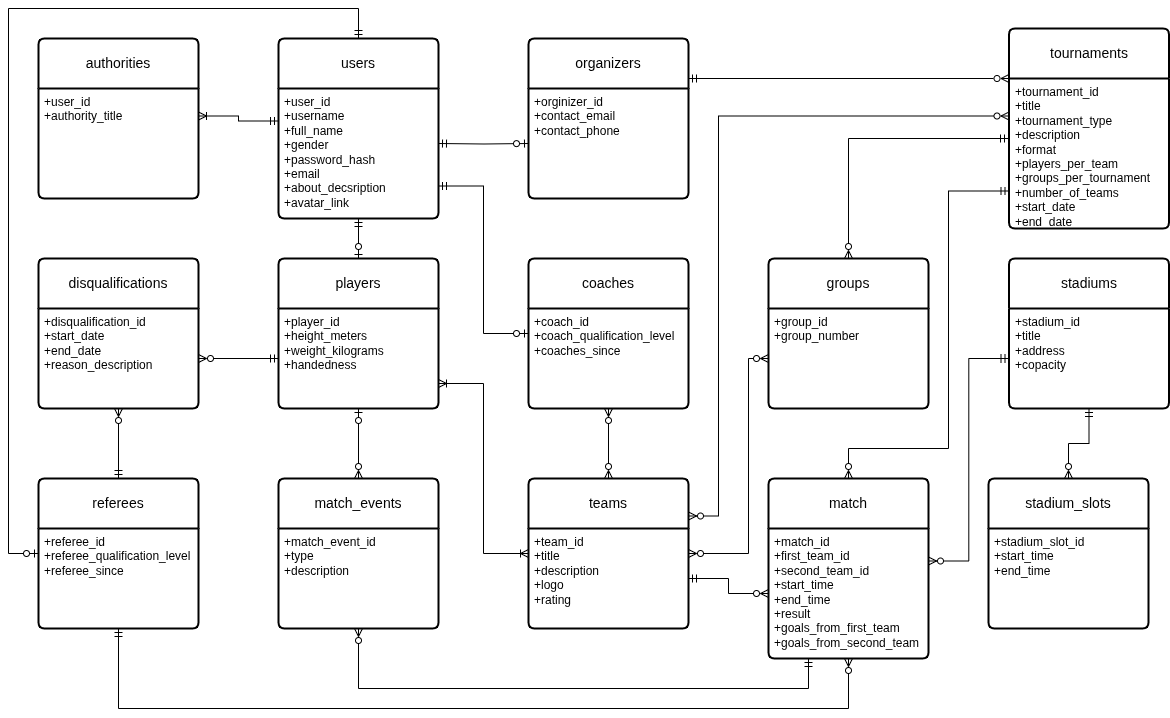
Earlier version of the draw.io export presentation/concept-model.png (vodobryshkin/is-course-work-0). Source tidied: cells renumbered, new cells last; positions are measured from the earlier drawing's top-left corner, leaving out a move shared by most shapes.
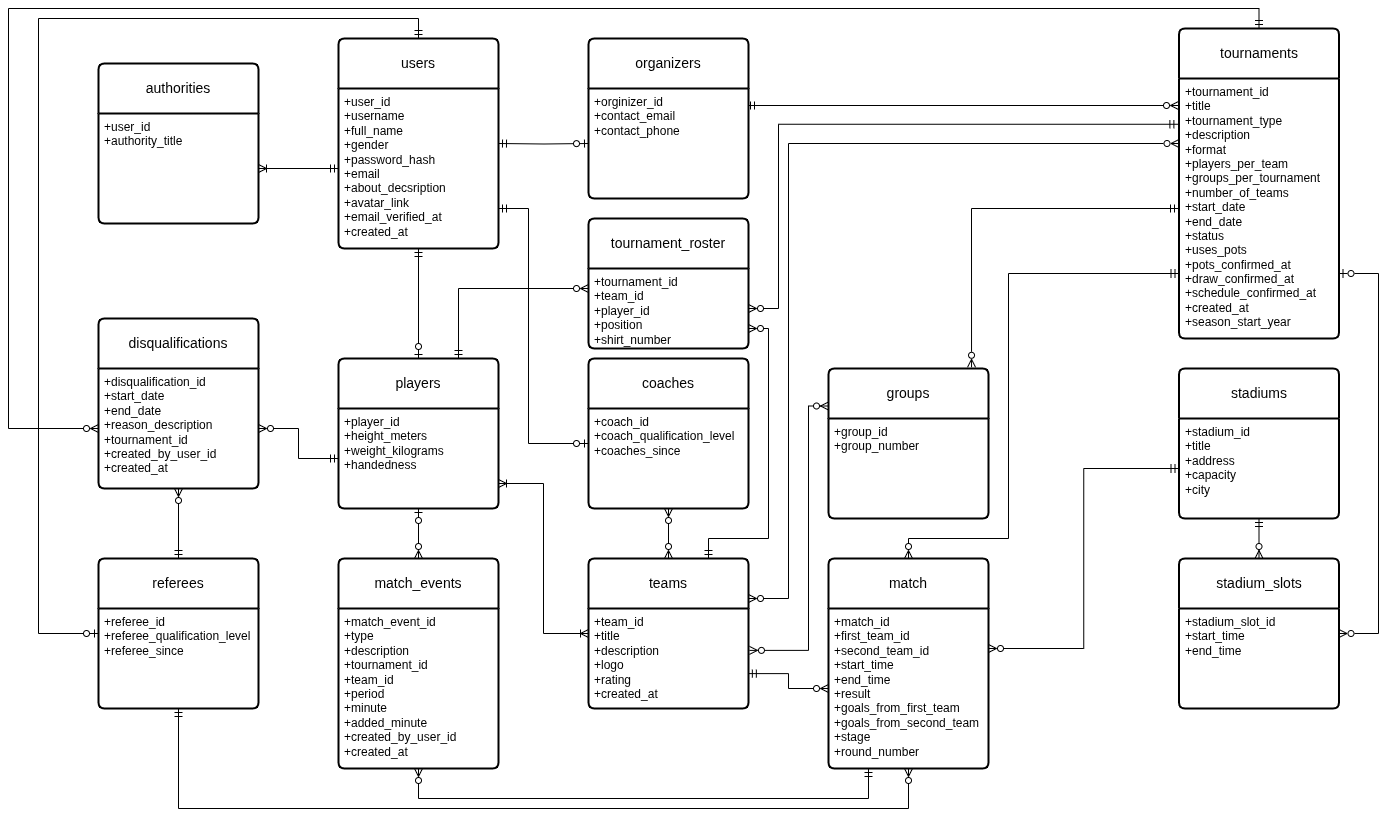
After the commit.

Commit message:
Обновил концептуальную модель: добавил новую сущность + обновил связи и добавил новые атрибуты в стержневые сущности

Change to the diagram source:
```diff
@@ -5,5 +5,5 @@
     <mxCell id="2" value="stadiums" style="swimlane;horizontal=1;startSize=50;rounded=1;fontSize=14;fontStyle=0;strokeWidth=2;shadow=0;dashed=0;align=center;arcSize=4;whiteSpace=wrap;html=1;" parent="1" vertex="1">
-      <mxGeometry x="1000.5" y="250" width="160" height="150" as="geometry" />
+      <mxGeometry x="1110.5" y="360" width="160" height="150" as="geometry" />
     </mxCell>
-    <mxCell id="3" value="+stadium_id&lt;br&gt;+title&lt;br&gt;+address&lt;br&gt;+copacity" style="align=left;strokeColor=none;fillColor=none;spacingLeft=4;fontSize=12;verticalAlign=top;html=1;" parent="2" vertex="1">
+    <mxCell id="3" value="+stadium_id&lt;br&gt;+title&lt;br&gt;+address&lt;br&gt;+capacity&lt;br&gt;+city" style="align=left;strokeColor=none;fillColor=none;spacingLeft=4;fontSize=12;verticalAlign=top;html=1;" parent="2" vertex="1">
       <mxGeometry y="50" width="160" height="100" as="geometry" />
@@ -13,5 +13,5 @@
         <Array as="points">
-          <mxPoint x="840" y="440" />
-          <mxPoint x="940" y="440" />
-          <mxPoint x="940" y="183" />
+          <mxPoint x="840" y="530" />
+          <mxPoint x="940" y="530" />
+          <mxPoint x="940" y="265" />
         </Array>
@@ -20,6 +20,6 @@
     <mxCell id="5" value="match" style="swimlane;horizontal=1;startSize=50;rounded=1;fontSize=14;fontStyle=0;strokeWidth=2;shadow=0;dashed=0;align=center;arcSize=4;whiteSpace=wrap;html=1;" parent="1" vertex="1">
-      <mxGeometry x="760" y="470" width="160" height="180" as="geometry" />
+      <mxGeometry x="760" y="550" width="160" height="210" as="geometry" />
     </mxCell>
-    <mxCell id="6" value="+match_id&lt;br&gt;+first_team_id&lt;br&gt;+second_team_id&lt;br&gt;+start_time&lt;br style=&quot;border-color: rgb(218, 220, 224);&quot;&gt;+end_time&lt;br&gt;+result&lt;br&gt;+goals_from_first_team&lt;br&gt;+goals_from_second_team" style="align=left;strokeColor=none;fillColor=none;spacingLeft=4;fontSize=12;verticalAlign=top;html=1;" parent="5" vertex="1">
-      <mxGeometry y="50" width="160" height="130" as="geometry" />
+    <mxCell id="6" value="&lt;div&gt;+match_id&lt;/div&gt;&lt;div&gt;+first_team_id&lt;/div&gt;&lt;div&gt;+second_team_id&lt;/div&gt;&lt;div&gt;+start_time&lt;/div&gt;&lt;div&gt;+end_time&lt;/div&gt;&lt;div&gt;+result&lt;/div&gt;&lt;div&gt;+goals_from_first_team&lt;/div&gt;&lt;div&gt;+goals_from_second_team&lt;/div&gt;&lt;div&gt;+stage&lt;/div&gt;&lt;div&gt;+round_number&lt;/div&gt;" style="align=left;strokeColor=none;fillColor=none;spacingLeft=4;fontSize=12;verticalAlign=top;html=1;" parent="5" vertex="1">
+      <mxGeometry y="50" width="160" height="160" as="geometry" />
     </mxCell>
@@ -29,3 +29,3 @@
     <mxCell id="8" value="stadium_slots" style="swimlane;horizontal=1;startSize=50;rounded=1;fontSize=14;fontStyle=0;strokeWidth=2;shadow=0;dashed=0;align=center;arcSize=4;whiteSpace=wrap;html=1;" parent="1" vertex="1">
-      <mxGeometry x="980" y="470" width="160" height="150" as="geometry" />
+      <mxGeometry x="1110.5" y="550" width="160" height="150" as="geometry" />
     </mxCell>
@@ -38,18 +38,18 @@
     <mxCell id="11" value="match_events" style="swimlane;horizontal=1;startSize=50;rounded=1;fontSize=14;fontStyle=0;strokeWidth=2;shadow=0;dashed=0;align=center;arcSize=4;whiteSpace=wrap;html=1;" parent="1" vertex="1">
-      <mxGeometry x="270" y="470" width="160" height="150" as="geometry" />
+      <mxGeometry x="270" y="550" width="160" height="210" as="geometry" />
     </mxCell>
-    <mxCell id="12" value="+match_event_id&lt;br&gt;+type&lt;br&gt;+description" style="align=left;strokeColor=none;fillColor=none;spacingLeft=4;fontSize=12;verticalAlign=top;html=1;" parent="11" vertex="1">
-      <mxGeometry y="50" width="160" height="100" as="geometry" />
+    <mxCell id="12" value="+match_event_id&lt;br&gt;+type&lt;br&gt;+description&lt;br&gt;+tournament_id&lt;br&gt;+team_id&lt;br&gt;+period&lt;br&gt;+minute&lt;br&gt;+added_minute&lt;br&gt;+created_by_user_id&lt;br&gt;+created_at&lt;br&gt;" style="align=left;strokeColor=none;fillColor=none;spacingLeft=4;fontSize=12;verticalAlign=top;html=1;" parent="11" vertex="1">
+      <mxGeometry y="50" width="160" height="160" as="geometry" />
     </mxCell>
     <mxCell id="13" value="tournaments" style="swimlane;horizontal=1;startSize=50;rounded=1;fontSize=14;fontStyle=0;strokeWidth=2;shadow=0;dashed=0;align=center;arcSize=4;whiteSpace=wrap;html=1;" parent="1" vertex="1">
-      <mxGeometry x="1000.5" y="20" width="160" height="200" as="geometry" />
+      <mxGeometry x="1110.5" y="20" width="160" height="310" as="geometry" />
     </mxCell>
-    <mxCell id="14" value="+tournament_id&lt;br&gt;+title&lt;br&gt;+tournament_type&lt;br&gt;+description&lt;br&gt;+format&lt;br&gt;+players_per_team&lt;br&gt;+groups_per_tournament&lt;br&gt;+number_of_teams&lt;br&gt;+start_date&lt;br&gt;+end_date" style="align=left;strokeColor=none;fillColor=none;spacingLeft=4;fontSize=12;verticalAlign=top;html=1;" parent="13" vertex="1">
-      <mxGeometry y="50" width="160" height="150" as="geometry" />
+    <mxCell id="14" value="+tournament_id&lt;br&gt;+title&lt;br&gt;+tournament_type&lt;br&gt;+description&lt;br&gt;+format&lt;br&gt;+players_per_team&lt;br&gt;+groups_per_tournament&lt;br&gt;+number_of_teams&lt;br&gt;+start_date&lt;br&gt;+end_date&lt;br&gt;+status&lt;br&gt;+uses_pots&lt;br&gt;+pots_confirmed_at&lt;br&gt;+draw_confirmed_at&lt;br&gt;+schedule_confirmed_at&lt;br&gt;+created_at&lt;br&gt;+season_start_year" style="align=left;strokeColor=none;fillColor=none;spacingLeft=4;fontSize=12;verticalAlign=top;html=1;" parent="13" vertex="1">
+      <mxGeometry y="50" width="160" height="260" as="geometry" />
     </mxCell>
-    <mxCell id="15" style="edgeStyle=orthogonalEdgeStyle;rounded=0;jettySize=auto;html=1;endArrow=ERmandOne;endFill=0;startArrow=ERzeroToMany;startFill=0;" parent="1" edge="1" source="16">
+    <mxCell id="15" style="edgeStyle=orthogonalEdgeStyle;rounded=0;jettySize=auto;html=1;endArrow=ERmandOne;endFill=0;startArrow=ERzeroToMany;startFill=0;exitX=0.894;exitY=-0.008;exitDx=0;exitDy=0;exitPerimeter=0;" parent="1" edge="1" source="16">
       <mxGeometry relative="1" as="geometry">
-        <mxPoint x="1000" y="130" as="targetPoint" />
+        <mxPoint x="1110" y="200" as="targetPoint" />
         <Array as="points">
-          <mxPoint x="840" y="130" />
+          <mxPoint x="903" y="200" />
         </Array>
@@ -58,3 +58,3 @@
     <mxCell id="16" value="groups" style="swimlane;horizontal=1;startSize=50;rounded=1;fontSize=14;fontStyle=0;strokeWidth=2;shadow=0;dashed=0;align=center;arcSize=4;whiteSpace=wrap;html=1;" parent="1" vertex="1">
-      <mxGeometry x="760" y="250" width="160" height="150" as="geometry" />
+      <mxGeometry x="760" y="360" width="160" height="150" as="geometry" />
     </mxCell>
@@ -64,6 +64,11 @@
     <mxCell id="18" style="edgeStyle=orthogonalEdgeStyle;rounded=0;jettySize=auto;html=1;entryX=1;entryY=0.75;entryDx=0;entryDy=0;endArrow=ERmandOne;endFill=0;startArrow=ERzeroToOne;startFill=0;" parent="1" edge="1" source="19" target="38">
-      <mxGeometry relative="1" as="geometry" />
+      <mxGeometry relative="1" as="geometry">
+        <Array as="points">
+          <mxPoint x="460" y="435" />
+          <mxPoint x="460" y="200" />
+        </Array>
+      </mxGeometry>
     </mxCell>
     <mxCell id="19" value="coaches" style="swimlane;horizontal=1;startSize=50;rounded=1;fontSize=14;fontStyle=0;strokeWidth=2;shadow=0;dashed=0;align=center;arcSize=4;whiteSpace=wrap;html=1;" parent="1" vertex="1">
-      <mxGeometry x="520" y="250" width="160" height="150" as="geometry" />
+      <mxGeometry x="520" y="350" width="160" height="150" as="geometry" />
     </mxCell>
@@ -78,5 +83,5 @@
         <Array as="points">
-          <mxPoint y="545" />
-          <mxPoint />
-          <mxPoint x="350" />
+          <mxPoint x="-30" y="625" />
+          <mxPoint x="-30" y="10" />
+          <mxPoint x="350" y="10" />
         </Array>
@@ -85,3 +90,3 @@
     <mxCell id="23" value="referees" style="swimlane;horizontal=1;startSize=50;rounded=1;fontSize=14;fontStyle=0;strokeWidth=2;shadow=0;dashed=0;align=center;arcSize=4;whiteSpace=wrap;html=1;" parent="1" vertex="1">
-      <mxGeometry x="30" y="470" width="160" height="150" as="geometry" />
+      <mxGeometry x="30" y="550" width="160" height="150" as="geometry" />
     </mxCell>
@@ -91,5 +96,5 @@
     <mxCell id="25" value="teams" style="swimlane;horizontal=1;startSize=50;rounded=1;fontSize=14;fontStyle=0;strokeWidth=2;shadow=0;dashed=0;align=center;arcSize=4;whiteSpace=wrap;html=1;" parent="1" vertex="1">
-      <mxGeometry x="520" y="470" width="160" height="150" as="geometry" />
+      <mxGeometry x="520" y="550" width="160" height="150" as="geometry" />
     </mxCell>
-    <mxCell id="26" value="+team_id&lt;br&gt;+title&lt;br&gt;+description&lt;br&gt;+logo&lt;br&gt;+rating" style="align=left;strokeColor=none;fillColor=none;spacingLeft=4;fontSize=12;verticalAlign=top;html=1;" parent="25" vertex="1">
+    <mxCell id="26" value="+team_id&lt;br&gt;+title&lt;br&gt;+description&lt;br&gt;+logo&lt;br&gt;+rating&lt;br&gt;+created_at" style="align=left;strokeColor=none;fillColor=none;spacingLeft=4;fontSize=12;verticalAlign=top;html=1;" parent="25" vertex="1">
       <mxGeometry y="50" width="160" height="100" as="geometry" />
@@ -99,4 +104,7 @@
     </mxCell>
+    <mxCell id="50" style="edgeStyle=orthogonalEdgeStyle;rounded=0;jettySize=auto;html=1;exitX=0.75;exitY=0;exitDx=0;exitDy=0;entryX=0;entryY=0.25;entryDx=0;entryDy=0;elbow=vertical;endArrow=ERzeroToMany;endFill=0;startArrow=ERmandOne;startFill=0;" parent="1" edge="1" source="28" target="52">
+      <mxGeometry relative="1" as="geometry" />
+    </mxCell>
     <mxCell id="28" value="players" style="swimlane;horizontal=1;startSize=50;rounded=1;fontSize=14;fontStyle=0;strokeWidth=2;shadow=0;dashed=0;align=center;arcSize=4;whiteSpace=wrap;html=1;" parent="1" vertex="1">
-      <mxGeometry x="270" y="250" width="160" height="150" as="geometry" />
+      <mxGeometry x="270" y="350" width="160" height="150" as="geometry" />
     </mxCell>
@@ -105,4 +113,10 @@
     </mxCell>
-    <mxCell id="30" style="edgeStyle=orthogonalEdgeStyle;rounded=0;jettySize=auto;html=1;entryX=0;entryY=0.25;entryDx=0;entryDy=0;exitX=1;exitY=0.25;exitDx=0;exitDy=0;startArrow=ERmandOne;startFill=0;endArrow=ERzeroToMany;endFill=0;" parent="1" edge="1" source="31" target="13">
-      <mxGeometry relative="1" as="geometry" />
+    <mxCell id="30" style="edgeStyle=orthogonalEdgeStyle;rounded=0;orthogonalLoop=1;jettySize=auto;html=1;startArrow=ERmandOne;startFill=0;endArrow=ERzeroToMany;endFill=0;" parent="1" edge="1">
+      <mxGeometry relative="1" as="geometry">
+        <mxPoint x="690" y="97" as="sourcePoint" />
+        <mxPoint x="1110" y="97" as="targetPoint" />
+        <Array as="points">
+          <mxPoint x="680" y="97" />
+        </Array>
+      </mxGeometry>
     </mxCell>
@@ -115,9 +129,9 @@
     <mxCell id="33" value="disqualifications" style="swimlane;horizontal=1;startSize=50;rounded=1;fontSize=14;fontStyle=0;strokeWidth=2;shadow=0;dashed=0;align=center;arcSize=4;whiteSpace=wrap;html=1;" parent="1" vertex="1">
-      <mxGeometry x="30" y="250" width="160" height="150" as="geometry" />
+      <mxGeometry x="30" y="310" width="160" height="170" as="geometry" />
     </mxCell>
-    <mxCell id="34" value="+disqualification_id&lt;br&gt;+start_date&lt;br&gt;+end_date&lt;br&gt;+reason_description" style="align=left;strokeColor=none;fillColor=none;spacingLeft=4;fontSize=12;verticalAlign=top;html=1;" parent="33" vertex="1">
-      <mxGeometry y="50" width="160" height="100" as="geometry" />
+    <mxCell id="34" value="+disqualification_id&lt;br&gt;+start_date&lt;br&gt;+end_date&lt;br&gt;+reason_description&lt;br&gt;+tournament_id&lt;br&gt;+created_by_user_id&lt;br&gt;+created_at" style="align=left;strokeColor=none;fillColor=none;spacingLeft=4;fontSize=12;verticalAlign=top;html=1;" parent="33" vertex="1">
+      <mxGeometry y="50" width="160" height="120" as="geometry" />
     </mxCell>
     <mxCell id="35" value="authorities" style="swimlane;horizontal=1;startSize=50;rounded=1;fontSize=14;fontStyle=0;strokeWidth=2;shadow=0;dashed=0;align=center;arcSize=4;whiteSpace=wrap;html=1;" parent="1" vertex="1">
-      <mxGeometry x="30" y="30" width="160" height="160" as="geometry" />
+      <mxGeometry x="30" y="55" width="160" height="160" as="geometry" />
     </mxCell>
@@ -127,6 +141,6 @@
     <mxCell id="37" value="users" style="swimlane;horizontal=1;startSize=50;rounded=1;fontSize=14;fontStyle=0;strokeWidth=2;shadow=0;dashed=0;align=center;arcSize=4;whiteSpace=wrap;html=1;" parent="1" vertex="1">
-      <mxGeometry x="270" y="30" width="160" height="180" as="geometry" />
+      <mxGeometry x="270" y="30" width="160" height="210" as="geometry" />
     </mxCell>
-    <mxCell id="38" value="+user_id&lt;br&gt;+username&lt;br&gt;+full_name&lt;br&gt;+gender&lt;br&gt;+password_hash&lt;br&gt;+email&lt;br&gt;+about_decsription&lt;br&gt;+avatar_link" style="align=left;strokeColor=none;fillColor=none;spacingLeft=4;fontSize=12;verticalAlign=top;html=1;" parent="37" vertex="1">
-      <mxGeometry y="50" width="160" height="130" as="geometry" />
+    <mxCell id="38" value="+user_id&lt;br&gt;+username&lt;br&gt;+full_name&lt;br&gt;+gender&lt;br&gt;+password_hash&lt;br&gt;+email&lt;br&gt;+about_decsription&lt;br&gt;+avatar_link&lt;br&gt;+email_verified_at&lt;br&gt;+created_at" style="align=left;strokeColor=none;fillColor=none;spacingLeft=4;fontSize=12;verticalAlign=top;html=1;" parent="37" vertex="1">
+      <mxGeometry y="50" width="160" height="160" as="geometry" />
     </mxCell>
@@ -138,4 +152,4 @@
         <Array as="points">
-          <mxPoint x="800" y="680" />
-          <mxPoint x="350" y="680" />
+          <mxPoint x="800" y="790" />
+          <mxPoint x="350" y="790" />
         </Array>
@@ -146,4 +160,4 @@
         <Array as="points">
-          <mxPoint x="840" y="700" />
-          <mxPoint x="110" y="700" />
+          <mxPoint x="840" y="800" />
+          <mxPoint x="110" y="800" />
         </Array>
@@ -151,10 +165,11 @@
     </mxCell>
-    <mxCell id="42" style="edgeStyle=orthogonalEdgeStyle;rounded=0;jettySize=auto;html=1;entryX=1;entryY=0.5;entryDx=0;entryDy=0;startArrow=ERzeroToMany;startFill=0;endArrow=ERmandOne;endFill=0;" parent="1" edge="1" source="6" target="26">
+    <mxCell id="42" style="edgeStyle=orthogonalEdgeStyle;rounded=0;jettySize=auto;html=1;entryX=0.999;entryY=0.651;entryDx=0;entryDy=0;startArrow=ERzeroToMany;startFill=0;endArrow=ERmandOne;endFill=0;entryPerimeter=0;" parent="1" edge="1" source="6" target="26">
       <mxGeometry relative="1" as="geometry" />
     </mxCell>
-    <mxCell id="43" style="edgeStyle=orthogonalEdgeStyle;rounded=0;jettySize=auto;html=1;entryX=1;entryY=0.25;entryDx=0;entryDy=0;startArrow=ERzeroToMany;startFill=0;endArrow=ERzeroToMany;endFill=0;exitX=0;exitY=0.25;exitDx=0;exitDy=0;" parent="1" edge="1" source="14" target="25">
+    <mxCell id="43" style="edgeStyle=orthogonalEdgeStyle;rounded=0;jettySize=auto;html=1;startArrow=ERzeroToMany;startFill=0;endArrow=ERzeroToMany;endFill=0;exitX=0;exitY=0.25;exitDx=0;exitDy=0;" parent="1" edge="1" source="14">
       <mxGeometry relative="1" as="geometry">
+        <mxPoint x="680" y="590" as="targetPoint" />
         <Array as="points">
-          <mxPoint x="710" y="108" />
-          <mxPoint x="710" y="508" />
+          <mxPoint x="720" y="135" />
+          <mxPoint x="720" y="590" />
         </Array>
@@ -162,7 +177,7 @@
     </mxCell>
-    <mxCell id="44" style="edgeStyle=orthogonalEdgeStyle;rounded=0;jettySize=auto;html=1;entryX=1;entryY=0.25;entryDx=0;entryDy=0;startArrow=ERzeroToMany;startFill=0;endArrow=ERzeroToMany;endFill=0;" parent="1" edge="1" source="17" target="26">
+    <mxCell id="44" style="edgeStyle=orthogonalEdgeStyle;rounded=0;jettySize=auto;html=1;entryX=1.006;entryY=0.419;entryDx=0;entryDy=0;startArrow=ERzeroToMany;startFill=0;endArrow=ERzeroToMany;endFill=0;exitX=0;exitY=0.25;exitDx=0;exitDy=0;entryPerimeter=0;" parent="1" edge="1" source="16" target="26">
       <mxGeometry relative="1" as="geometry">
         <Array as="points">
-          <mxPoint x="740" y="350" />
-          <mxPoint x="740" y="545" />
+          <mxPoint x="740" y="398" />
+          <mxPoint x="740" y="642" />
         </Array>
@@ -184,5 +199,45 @@
     </mxCell>
-    <mxCell id="49" style="edgeStyle=orthogonalEdgeStyle;rounded=0;jettySize=auto;html=1;exitX=0;exitY=0.25;exitDx=0;exitDy=0;startArrow=ERmandOne;startFill=0;endArrow=ERoneToMany;endFill=0;entryX=1;entryY=0.25;entryDx=0;entryDy=0;" parent="1" edge="1" source="38" target="36">
+    <mxCell id="49" style="edgeStyle=orthogonalEdgeStyle;rounded=0;jettySize=auto;html=1;exitX=0;exitY=0.5;exitDx=0;exitDy=0;startArrow=ERmandOne;startFill=0;endArrow=ERoneToMany;endFill=0;entryX=1;entryY=0.5;entryDx=0;entryDy=0;" parent="1" edge="1" source="38" target="36">
       <mxGeometry relative="1" as="geometry" />
     </mxCell>
+    <mxCell id="51" value="tournament_roster" style="swimlane;horizontal=1;startSize=50;rounded=1;fontSize=14;fontStyle=0;strokeWidth=2;shadow=0;dashed=0;align=center;arcSize=4;whiteSpace=wrap;html=1;" parent="1" vertex="1">
+      <mxGeometry x="520" y="210" width="160" height="130" as="geometry" />
+    </mxCell>
+    <mxCell id="52" value="+tournament_id&lt;br&gt;+team_id&lt;br&gt;+player_id&lt;br&gt;+position&lt;br&gt;+shirt_number" style="align=left;strokeColor=none;fillColor=none;spacingLeft=4;fontSize=12;verticalAlign=top;html=1;" parent="51" vertex="1">
+      <mxGeometry y="50" width="160" height="80" as="geometry" />
+    </mxCell>
+    <mxCell id="53" style="edgeStyle=orthogonalEdgeStyle;rounded=0;jettySize=auto;html=1;exitX=1;exitY=0.25;exitDx=0;exitDy=0;entryX=1;entryY=0.75;entryDx=0;entryDy=0;endArrow=ERzeroToOne;endFill=0;startArrow=ERzeroToMany;startFill=0;" parent="1" edge="1" source="9" target="14">
+      <mxGeometry relative="1" as="geometry">
+        <Array as="points">
+          <mxPoint x="1310" y="625" />
+          <mxPoint x="1310" y="265" />
+        </Array>
+      </mxGeometry>
+    </mxCell>
+    <mxCell id="54" style="edgeStyle=orthogonalEdgeStyle;rounded=0;jettySize=auto;html=1;entryX=-0.007;entryY=0.176;entryDx=0;entryDy=0;entryPerimeter=0;endArrow=ERmandOne;endFill=0;startArrow=ERzeroToMany;startFill=0;" parent="1" edge="1" source="52" target="14">
+      <mxGeometry relative="1" as="geometry">
+        <Array as="points">
+          <mxPoint x="710" y="300" />
+          <mxPoint x="710" y="116" />
+        </Array>
+      </mxGeometry>
+    </mxCell>
+    <mxCell id="55" style="edgeStyle=orthogonalEdgeStyle;rounded=0;jettySize=auto;html=1;exitX=1;exitY=0.75;exitDx=0;exitDy=0;entryX=0.75;entryY=0;entryDx=0;entryDy=0;endArrow=ERmandOne;endFill=0;startArrow=ERzeroToMany;startFill=0;" parent="1" edge="1" source="52" target="25">
+      <mxGeometry relative="1" as="geometry">
+        <Array as="points">
+          <mxPoint x="700" y="320" />
+          <mxPoint x="700" y="530" />
+          <mxPoint x="640" y="530" />
+        </Array>
+      </mxGeometry>
+    </mxCell>
+    <mxCell id="56" style="edgeStyle=orthogonalEdgeStyle;rounded=0;jettySize=auto;html=1;entryX=0;entryY=0.5;entryDx=0;entryDy=0;startArrow=ERmandOne;startFill=0;endArrow=ERzeroToMany;endFill=0;" parent="1" edge="1" source="13" target="34">
+      <mxGeometry relative="1" as="geometry">
+        <Array as="points">
+          <mxPoint x="1191" />
+          <mxPoint x="-60" />
+          <mxPoint x="-60" y="420" />
+        </Array>
+      </mxGeometry>
+    </mxCell>
   </root>
```
